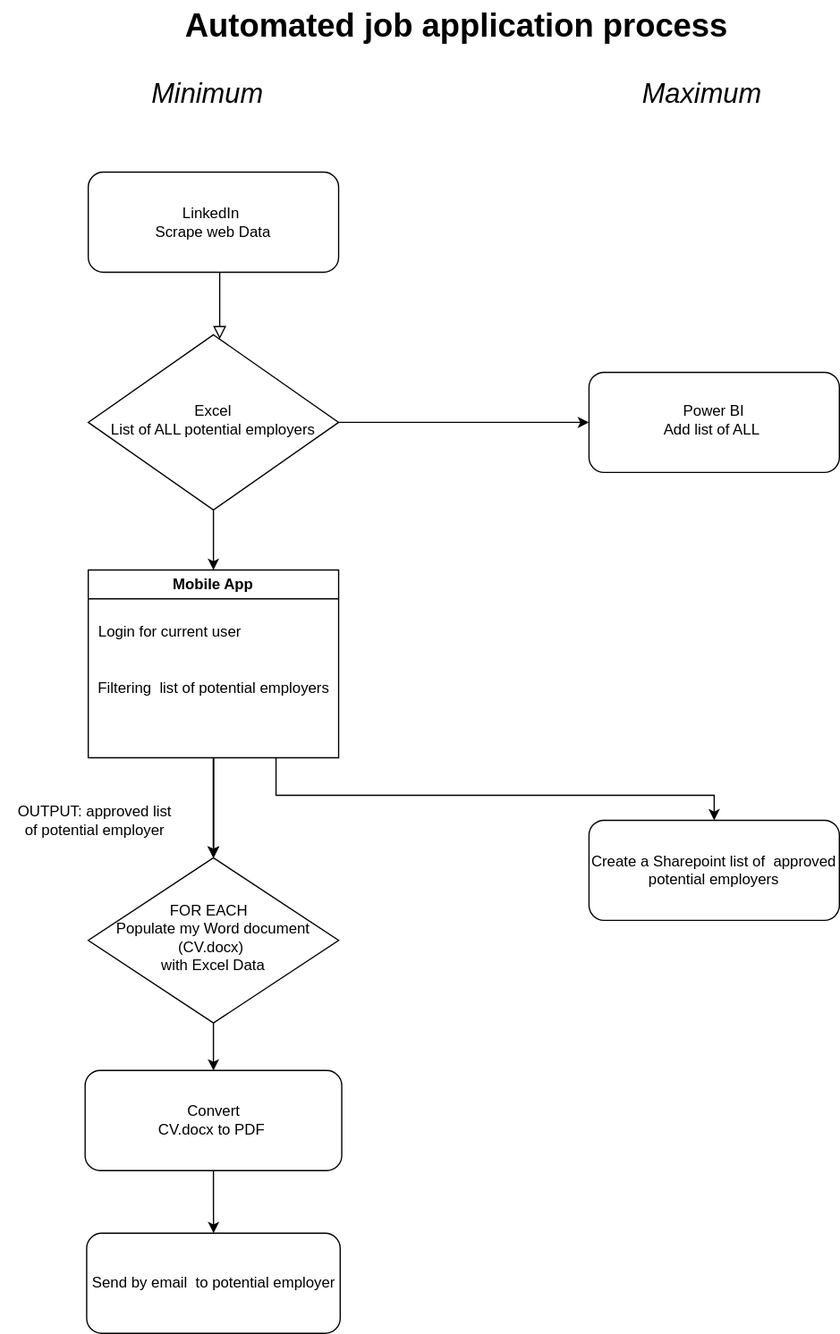
Rudakop/Smart-Job-Applying- keeps this draw.io diagram as Automated job application process.drawio.svg. Above is the earlier version. Source tidied: cells renumbered, new cells last; positions are measured from the earlier drawing's top-left corner, leaving out a move shared by most shapes. Source of this version:
```xml
<mxGraphModel>
  <root>
    <mxCell id="0" />
    <mxCell id="1" parent="0" />
    <mxCell id="2" style="rounded=0;html=1;jettySize=auto;fontSize=11;endArrow=block;endFill=0;endSize=8;strokeWidth=1;shadow=0;labelBackgroundColor=none;edgeStyle=orthogonalEdgeStyle;" parent="1" edge="1" source="3" target="6">
      <mxGeometry relative="1" as="geometry">
        <Array as="points">
          <mxPoint x="175" y="237" />
          <mxPoint x="175" y="237" />
        </Array>
      </mxGeometry>
    </mxCell>
    <mxCell id="3" value="LinkedIn&amp;nbsp;&lt;br&gt;Scrape web Data" style="rounded=1;whiteSpace=wrap;html=1;fontSize=12;glass=0;strokeWidth=1;shadow=0;" parent="1" vertex="1">
      <mxGeometry x="70" y="137" width="200" height="80" as="geometry" />
    </mxCell>
    <mxCell id="4" style="edgeStyle=orthogonalEdgeStyle;rounded=0;jettySize=auto;html=1;" parent="1" edge="1" source="6">
      <mxGeometry relative="1" as="geometry">
        <mxPoint x="170" y="455" as="targetPoint" />
      </mxGeometry>
    </mxCell>
    <mxCell id="5" style="edgeStyle=orthogonalEdgeStyle;rounded=0;jettySize=auto;html=1;" parent="1" edge="1" source="6" target="23">
      <mxGeometry relative="1" as="geometry" />
    </mxCell>
    <mxCell id="6" value="Excel&lt;br&gt;List of ALL potential employers" style="rhombus;whiteSpace=wrap;html=1;shadow=0;fontFamily=Helvetica;fontSize=12;align=center;strokeWidth=1;spacing=6;spacingTop=-4;" parent="1" vertex="1">
      <mxGeometry x="70" y="267" width="200" height="140" as="geometry" />
    </mxCell>
    <mxCell id="7" style="edgeStyle=orthogonalEdgeStyle;rounded=0;jettySize=auto;html=1;" parent="1" edge="1" source="8" target="10">
      <mxGeometry relative="1" as="geometry" />
    </mxCell>
    <mxCell id="8" value="FOR EACH&amp;nbsp;&amp;nbsp;&lt;br&gt;Populate my Word document (CV.docx)&amp;nbsp;&lt;br&gt;with Excel Data" style="rhombus;whiteSpace=wrap;html=1;shadow=0;fontFamily=Helvetica;fontSize=12;align=center;strokeWidth=1;spacing=6;spacingTop=-4;" parent="1" vertex="1">
      <mxGeometry x="70" y="685" width="200" height="132" as="geometry" />
    </mxCell>
    <mxCell id="9" style="edgeStyle=orthogonalEdgeStyle;rounded=0;jettySize=auto;html=1;" parent="1" edge="1" source="10" target="11">
      <mxGeometry relative="1" as="geometry" />
    </mxCell>
    <mxCell id="10" value="Convert &lt;br&gt;CV.docx to PDF&amp;nbsp;" style="rounded=1;whiteSpace=wrap;html=1;fontSize=12;glass=0;strokeWidth=1;shadow=0;" parent="1" vertex="1">
      <mxGeometry x="67.5" y="855" width="205" height="80" as="geometry" />
    </mxCell>
    <mxCell id="11" value="Send by email&amp;nbsp; to potential employer" style="rounded=1;whiteSpace=wrap;html=1;" parent="1" vertex="1">
      <mxGeometry x="68.8" y="985" width="202.5" height="80" as="geometry" />
    </mxCell>
    <mxCell id="12" value="&lt;font size=&quot;1&quot; style=&quot;&quot;&gt;&lt;i style=&quot;font-size: 22px;&quot;&gt;Minimum&lt;/i&gt;&lt;/font&gt;" style="text;html=1;align=center;verticalAlign=middle;strokeColor=none;fillColor=none;" parent="1" vertex="1">
      <mxGeometry x="110" y="55" width="110" height="40" as="geometry" />
    </mxCell>
    <mxCell id="13" value="&lt;font size=&quot;1&quot; style=&quot;&quot;&gt;&lt;i style=&quot;font-size: 22px;&quot;&gt;Maximum&lt;/i&gt;&lt;/font&gt;" style="text;html=1;align=center;verticalAlign=middle;strokeColor=none;fillColor=none;" parent="1" vertex="1">
      <mxGeometry x="500" y="55" width="120" height="40" as="geometry" />
    </mxCell>
    <mxCell id="14" style="edgeStyle=orthogonalEdgeStyle;rounded=0;jettySize=auto;html=1;" parent="1" edge="1" source="18">
      <mxGeometry relative="1" as="geometry">
        <mxPoint x="170" y="685" as="targetPoint" />
      </mxGeometry>
    </mxCell>
    <mxCell id="15" style="edgeStyle=orthogonalEdgeStyle;rounded=0;jettySize=auto;html=1;" parent="1" edge="1" source="18" target="8">
      <mxGeometry relative="1" as="geometry" />
    </mxCell>
    <mxCell id="16" style="edgeStyle=orthogonalEdgeStyle;rounded=0;jettySize=auto;html=1;" parent="1" edge="1" source="18" target="8">
      <mxGeometry relative="1" as="geometry" />
    </mxCell>
    <mxCell id="17" style="edgeStyle=orthogonalEdgeStyle;rounded=0;jettySize=auto;html=1;" parent="1" edge="1" target="24">
      <mxGeometry relative="1" as="geometry">
        <mxPoint x="220" y="605" as="sourcePoint" />
        <Array as="points">
          <mxPoint x="220" y="635" />
          <mxPoint x="570" y="635" />
        </Array>
      </mxGeometry>
    </mxCell>
    <mxCell id="18" value="Mobile App" style="swimlane;whiteSpace=wrap;html=1;" parent="1" vertex="1">
      <mxGeometry x="70" y="455" width="200" height="150" as="geometry" />
    </mxCell>
    <mxCell id="19" value="Login for current user" style="text;html=1;align=center;verticalAlign=middle;strokeColor=none;fillColor=none;" parent="18" vertex="1">
      <mxGeometry x="-5" y="35" width="140" height="30" as="geometry" />
    </mxCell>
    <mxCell id="20" value="Filtering&amp;nbsp; list of potential employers" style="text;html=1;align=center;verticalAlign=middle;strokeColor=none;fillColor=none;" parent="18" vertex="1">
      <mxGeometry x="-5" y="80" width="210" height="30" as="geometry" />
    </mxCell>
    <mxCell id="21" value="OUTPUT: approved list &lt;br&gt;of potential employer" style="text;html=1;align=center;verticalAlign=middle;strokeColor=none;fillColor=none;" parent="1" vertex="1">
      <mxGeometry y="635" width="150" height="40" as="geometry" />
    </mxCell>
    <mxCell id="22" value="&lt;font style=&quot;font-size: 26px;&quot;&gt;&lt;b&gt;Automated job application process&lt;/b&gt;&lt;/font&gt;" style="text;html=1;align=center;verticalAlign=middle;strokeColor=none;fillColor=none;" parent="1" vertex="1">
      <mxGeometry x="134" width="460" height="40" as="geometry" />
    </mxCell>
    <mxCell id="23" value="Power BI&lt;br&gt;Add list of ALL&amp;nbsp;" style="rounded=1;whiteSpace=wrap;html=1;shadow=0;strokeWidth=1;spacing=6;spacingTop=-4;" parent="1" vertex="1">
      <mxGeometry x="470" y="297" width="200" height="80" as="geometry" />
    </mxCell>
    <mxCell id="24" value="Create a Sharepoint list of&amp;nbsp; approved potential employers" style="rounded=1;whiteSpace=wrap;html=1;" parent="1" vertex="1">
      <mxGeometry x="470" y="655" width="200" height="80" as="geometry" />
    </mxCell>
  </root>
</mxGraphModel>
```
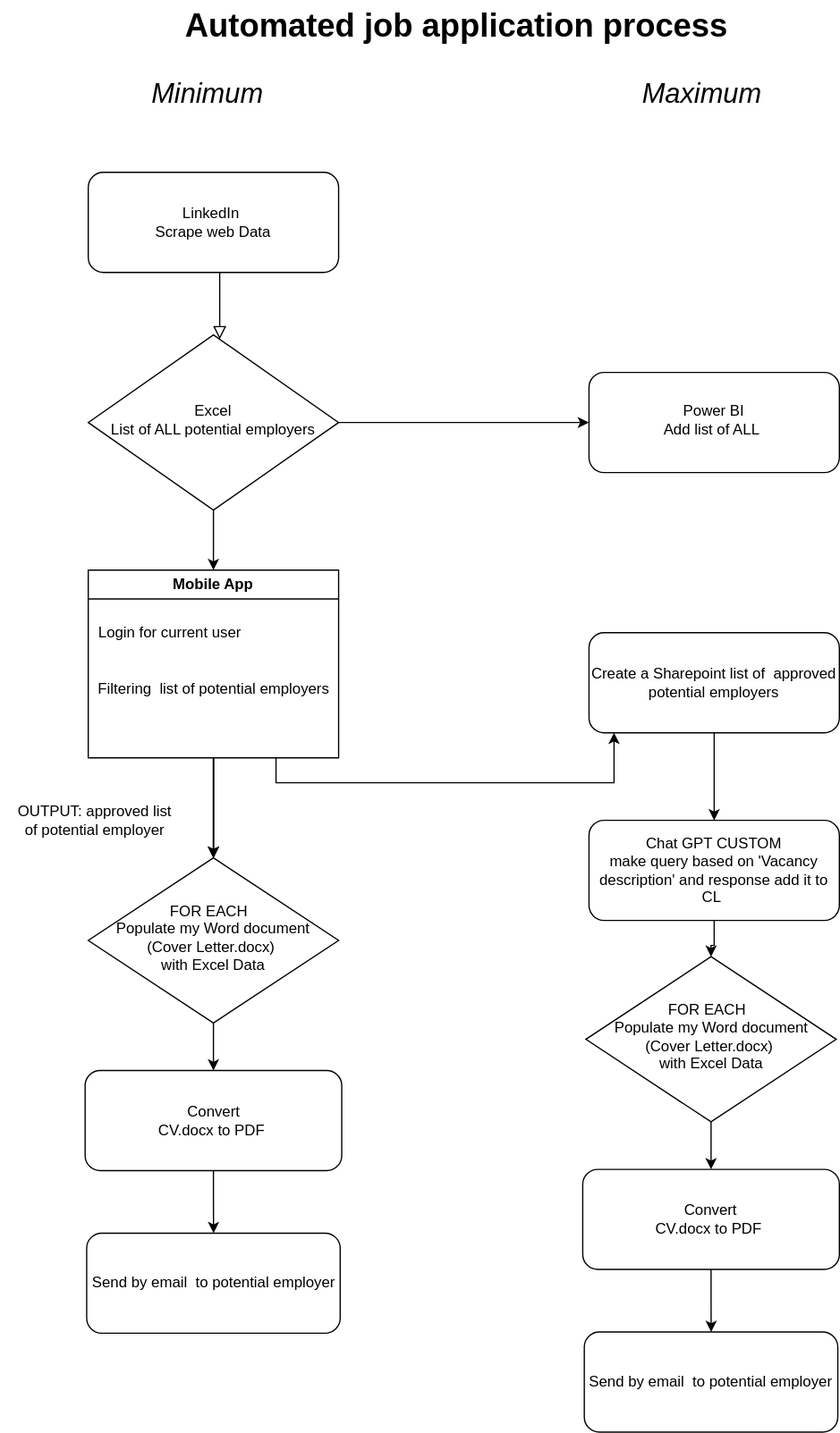
The same diagram one commit later.

Commit message:
MAXIMUM wit chat GPT.drawio.svg

Change to the diagram source:
```diff
@@ -27,7 +27,7 @@
     <mxCell id="7" style="edgeStyle=orthogonalEdgeStyle;rounded=0;jettySize=auto;html=1;" parent="1" edge="1" source="8" target="10">
       <mxGeometry relative="1" as="geometry" />
     </mxCell>
-    <mxCell id="8" value="FOR EACH&amp;nbsp;&amp;nbsp;&lt;br&gt;Populate my Word document (CV.docx)&amp;nbsp;&lt;br&gt;with Excel Data" style="rhombus;whiteSpace=wrap;html=1;shadow=0;fontFamily=Helvetica;fontSize=12;align=center;strokeWidth=1;spacing=6;spacingTop=-4;" parent="1" vertex="1">
+    <mxCell id="8" value="FOR EACH&amp;nbsp;&amp;nbsp;&lt;br&gt;Populate my Word document (Cover Letter.docx)&amp;nbsp;&lt;br&gt;with Excel Data" style="rhombus;whiteSpace=wrap;html=1;shadow=0;fontFamily=Helvetica;fontSize=12;align=center;strokeWidth=1;spacing=6;spacingTop=-4;" parent="1" vertex="1">
       <mxGeometry x="70" y="685" width="200" height="132" as="geometry" />
     </mxCell>
     <mxCell id="9" style="edgeStyle=orthogonalEdgeStyle;rounded=0;jettySize=auto;html=1;" parent="1" edge="1" source="10" target="11">
@@ -60,8 +60,8 @@
       <mxGeometry relative="1" as="geometry">
         <mxPoint x="220" y="605" as="sourcePoint" />
         <Array as="points">
-          <mxPoint x="220" y="635" />
-          <mxPoint x="570" y="635" />
+          <mxPoint x="220" y="625" />
+          <mxPoint x="490" y="625" />
         </Array>
       </mxGeometry>
     </mxCell>
@@ -83,8 +83,32 @@
     <mxCell id="23" value="Power BI&lt;br&gt;Add list of ALL&amp;nbsp;" style="rounded=1;whiteSpace=wrap;html=1;shadow=0;strokeWidth=1;spacing=6;spacingTop=-4;" parent="1" vertex="1">
       <mxGeometry x="470" y="297" width="200" height="80" as="geometry" />
     </mxCell>
+    <mxCell id="25" style="edgeStyle=orthogonalEdgeStyle;rounded=0;jettySize=auto;html=1;" parent="1" edge="1" source="24" target="32">
+      <mxGeometry relative="1" as="geometry" />
+    </mxCell>
     <mxCell id="24" value="Create a Sharepoint list of&amp;nbsp; approved potential employers" style="rounded=1;whiteSpace=wrap;html=1;" parent="1" vertex="1">
-      <mxGeometry x="470" y="655" width="200" height="80" as="geometry" />
+      <mxGeometry x="470" y="505" width="200" height="80" as="geometry" />
     </mxCell>
+    <mxCell id="26" style="edgeStyle=orthogonalEdgeStyle;rounded=0;jettySize=auto;html=1;" parent="1" edge="1" source="27" target="29">
+      <mxGeometry relative="1" as="geometry" />
+    </mxCell>
+    <mxCell id="27" value="FOR EACH&amp;nbsp;&amp;nbsp;&lt;br&gt;Populate my Word document (Cover Letter.docx)&amp;nbsp;&lt;br&gt;with Excel Data" style="rhombus;whiteSpace=wrap;html=1;shadow=0;fontFamily=Helvetica;fontSize=12;align=center;strokeWidth=1;spacing=6;spacingTop=-4;" parent="1" vertex="1">
+      <mxGeometry x="467.5" y="764" width="200" height="132" as="geometry" />
+    </mxCell>
+    <mxCell id="28" style="edgeStyle=orthogonalEdgeStyle;rounded=0;jettySize=auto;html=1;" parent="1" edge="1" source="29" target="30">
+      <mxGeometry relative="1" as="geometry" />
+    </mxCell>
+    <mxCell id="29" value="Convert &lt;br&gt;CV.docx to PDF&amp;nbsp;" style="rounded=1;whiteSpace=wrap;html=1;fontSize=12;glass=0;strokeWidth=1;shadow=0;" parent="1" vertex="1">
+      <mxGeometry x="465" y="934" width="205" height="80" as="geometry" />
+    </mxCell>
+    <mxCell id="30" value="Send by email&amp;nbsp; to potential employer" style="rounded=1;whiteSpace=wrap;html=1;" parent="1" vertex="1">
+      <mxGeometry x="466.2" y="1064" width="202.5" height="80" as="geometry" />
+    </mxCell>
+    <mxCell id="31" style="edgeStyle=orthogonalEdgeStyle;rounded=0;jettySize=auto;html=1;" parent="1" edge="1" source="32" target="27">
+      <mxGeometry relative="1" as="geometry" />
+    </mxCell>
+    <mxCell id="32" value="Chat GPT CUSTOM&lt;br&gt;make query based on 'Vacancy description' and response add it to CL&amp;nbsp;" style="rounded=1;whiteSpace=wrap;html=1;" parent="1" vertex="1">
+      <mxGeometry x="470" y="655" width="200" height="80" as="geometry" />
+    </mxCell>
   </root>
 </mxGraphModel>
```
